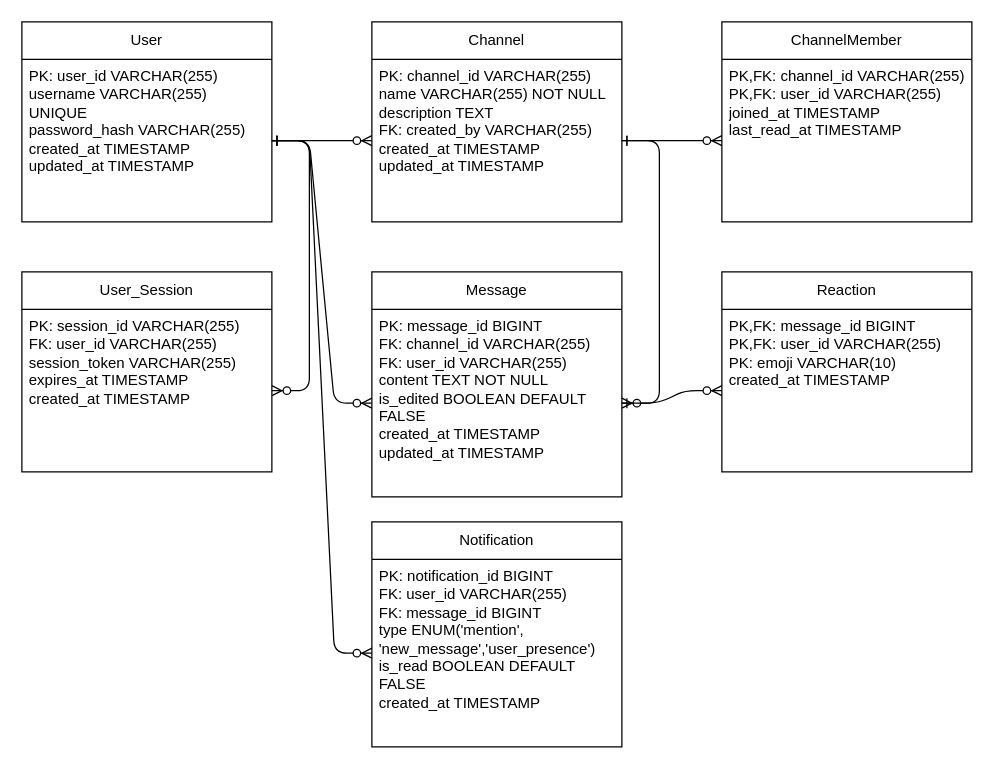
This is ER-diagram.drawio from EDEN0412/EasyChat, a draw.io file, before an edit. Source tidied: cells renumbered, new cells numbered last; positions are measured from the earlier drawing's top-left corner, leaving out a move shared by most shapes. Both pictures are drawn from the tidied source at 125%, with x=0, y=0 at pixel (21, 21).
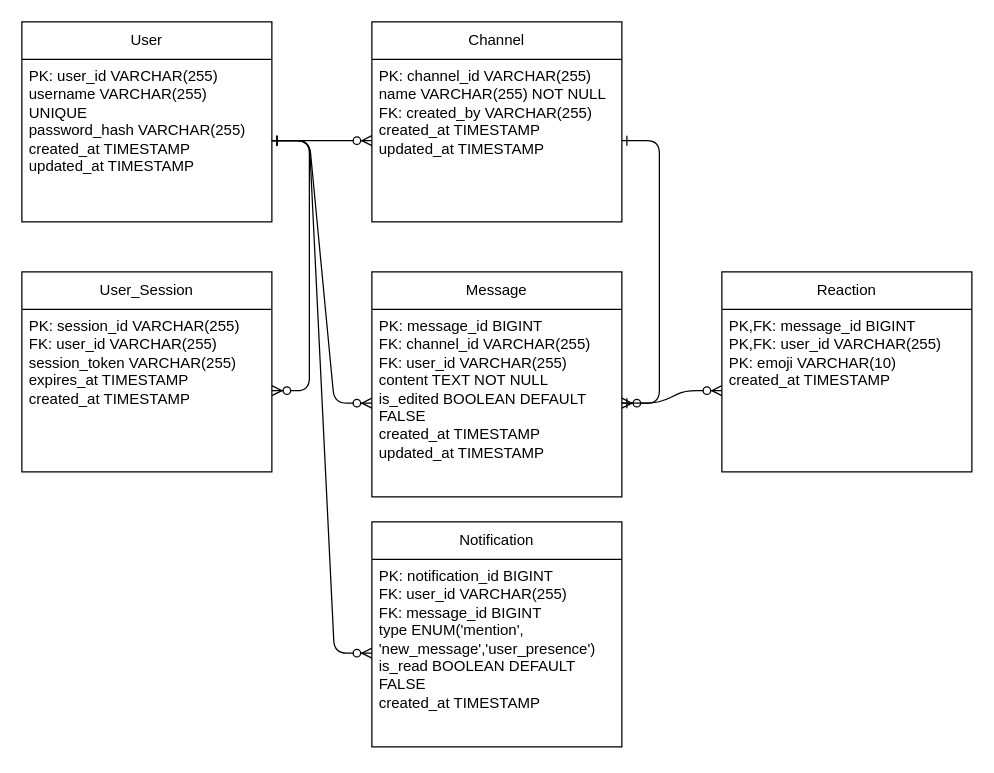
The same page after the edit.

Commit message (it also covers changes not shown here):
ER図とビルドスクリプトからChannelMemberモデルを削除

- ER図からChannelMemberテーブルと関連リレーションを除去
- build.shスクリプトからChannelMemberモデルのインポートを削除
- チャンネル関連のデータモデルを簡素化

Unchanged cells that the change refers to:
```xml
<mxCell id="6" value="Channel" style="swimlane;fontStyle=0;horizontal=1;startSize=30;whiteSpace=wrap;html=1;" parent="1" vertex="1">
  <mxGeometry x="280" width="200" height="160" as="geometry" />
</mxCell>
```

Change to the diagram source:
```diff
@@
-    <mxCell id="7" value="PK: channel_id VARCHAR(255)&#10;name VARCHAR(255) NOT NULL&#10;description TEXT&#10;FK: created_by VARCHAR(255)&#10;created_at TIMESTAMP&#10;updated_at TIMESTAMP" style="text;strokeColor=none;fillColor=none;align=left;verticalAlign=top;spacingLeft=4;spacingRight=4;overflow=hidden;points=[[0,0.5],[1,0.5]];portConstraint=eastwest;whiteSpace=wrap;html=1;" parent="6" vertex="1">
+    <mxCell id="7" value="PK: channel_id VARCHAR(255)&#10;name VARCHAR(255) NOT NULL&#10;FK: created_by VARCHAR(255)&#10;created_at TIMESTAMP&#10;updated_at TIMESTAMP" style="text;strokeColor=none;fillColor=none;align=left;verticalAlign=top;spacingLeft=4;spacingRight=4;overflow=hidden;points=[[0,0.5],[1,0.5]];portConstraint=eastwest;whiteSpace=wrap;html=1;" parent="6" vertex="1">
       <mxGeometry y="30" width="200" height="130" as="geometry" />
     </mxCell>
@@
-    <mxCell id="10" value="ChannelMember" style="swimlane;fontStyle=0;horizontal=1;startSize=30;whiteSpace=wrap;html=1;" parent="1" vertex="1">
-      <mxGeometry x="560" width="200" height="160" as="geometry" />
-    </mxCell>
-    <mxCell id="11" value="PK,FK: channel_id VARCHAR(255)&#10;PK,FK: user_id VARCHAR(255)&#10;joined_at TIMESTAMP&#10;last_read_at TIMESTAMP" style="text;strokeColor=none;fillColor=none;align=left;verticalAlign=top;spacingLeft=4;spacingRight=4;overflow=hidden;points=[[0,0.5],[1,0.5]];portConstraint=eastwest;whiteSpace=wrap;html=1;" parent="10" vertex="1">
-      <mxGeometry y="30" width="200" height="130" as="geometry" />
-    </mxCell>
@@
-    <mxCell id="21" style="edgeStyle=entityRelationEdgeStyle;fontSize=12;html=1;endArrow=ERzeroToMany;endFill=1;startArrow=ERone;startFill=0;" parent="1" edge="1" source="7" target="11">
-      <mxGeometry relative="1" as="geometry" />
-    </mxCell>
```
